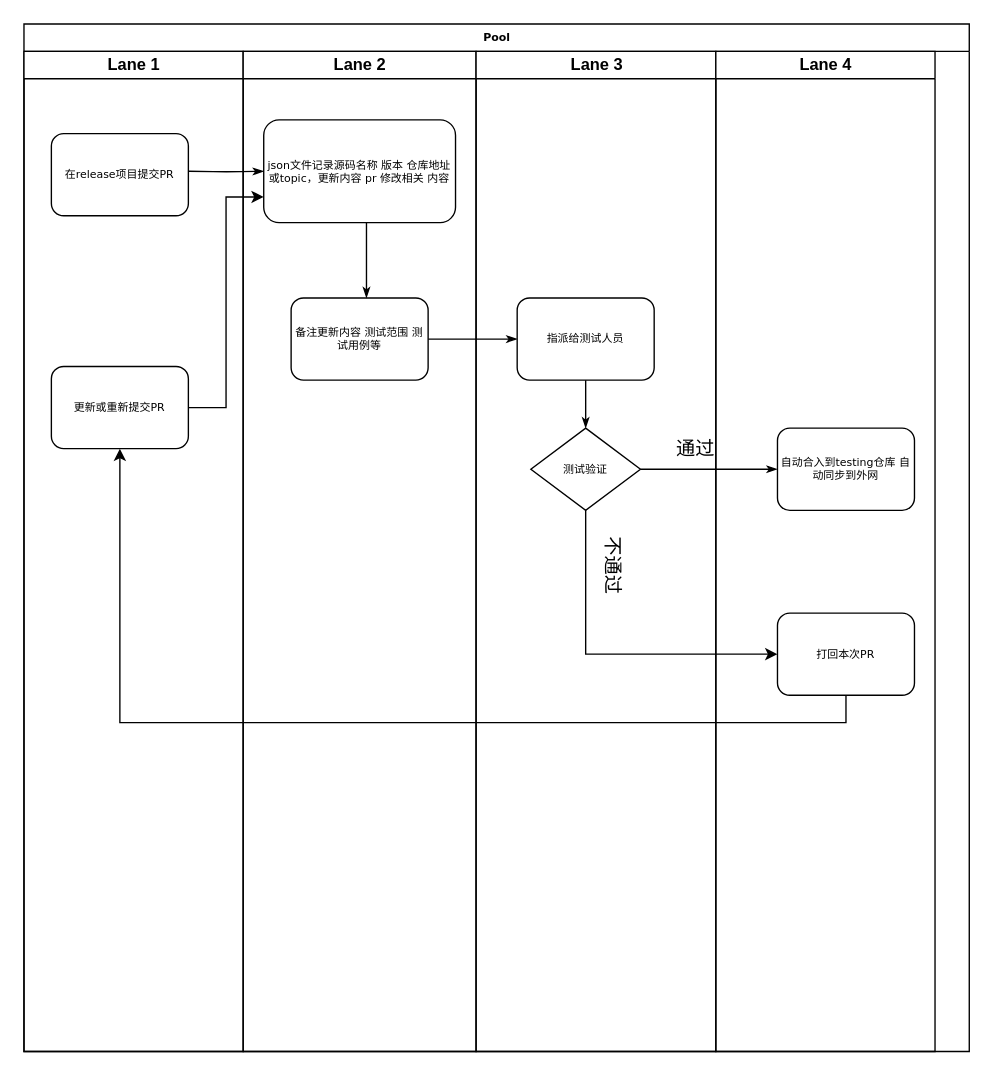
Zeno-sole/drawio-file keeps this draw.io diagram as 软件包更新流程.drawio. Above is the earlier version. Source tidied: cells renumbered, new cells numbered last; positions are measured from the earlier drawing's top-left corner, leaving out a move shared by most shapes. Both pictures are drawn from the tidied source at 137%, with x=0, y=0 at pixel (23, 23).
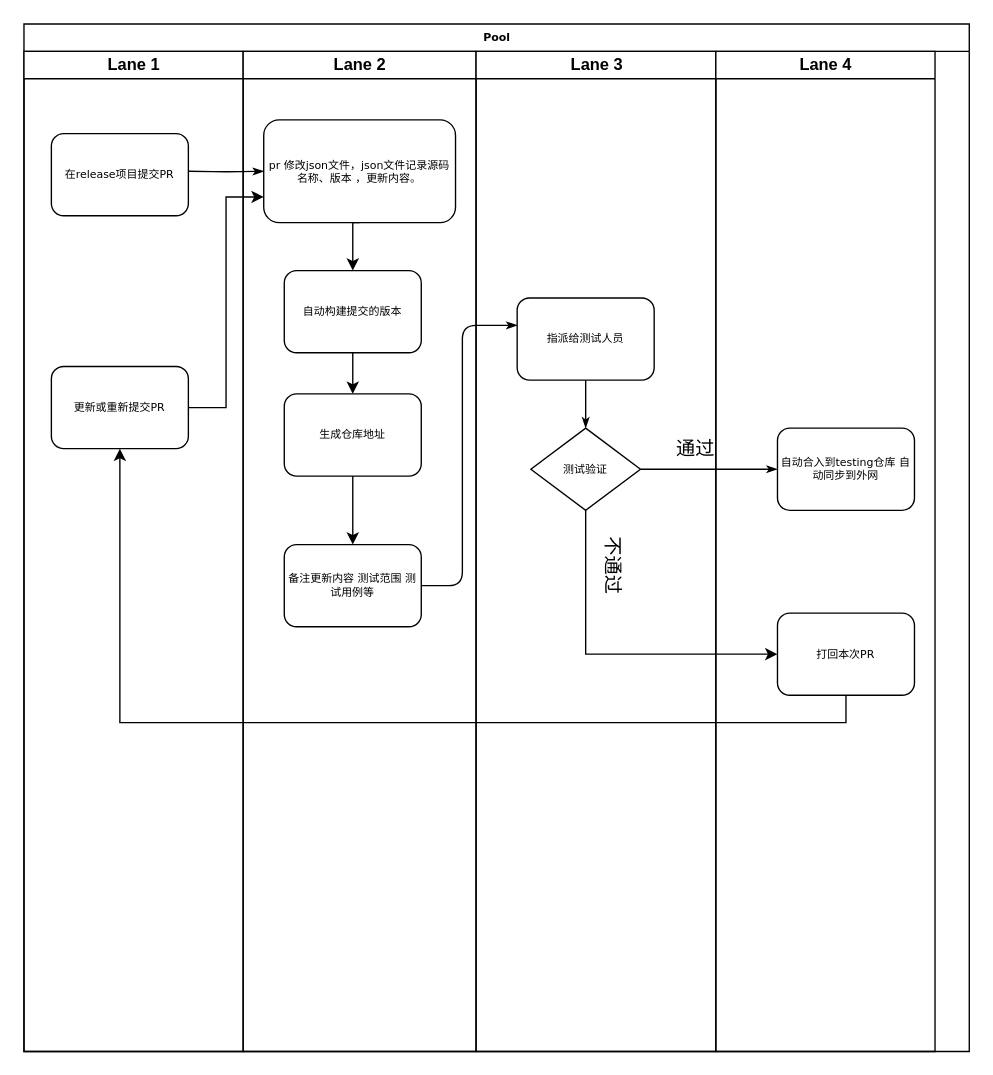
The same diagram, later.

Commit message:
更新软件包更新流程.drawio

The change refers to these unchanged cells:
```xml
<mxCell id="2" value="Pool" style="swimlane;html=1;startSize=20;rounded=0;shadow=0;labelBackgroundColor=none;strokeWidth=1;fontFamily=Verdana;fontSize=8;align=center;" parent="1" vertex="1">
  <mxGeometry width="690" height="750" as="geometry" />
</mxCell>
<mxCell id="9" value="Lane 2" style="swimlane;html=1;startSize=20;" parent="2" vertex="1">
  <mxGeometry x="160" y="20" width="170" height="730" as="geometry" />
</mxCell>
<mxCell id="14" value="指派给测试人员" style="rounded=1;whiteSpace=wrap;html=1;shadow=0;labelBackgroundColor=none;strokeWidth=1;fontFamily=Verdana;fontSize=8;align=center;" parent="13" vertex="1">
  <mxGeometry x="30" y="180" width="100" height="60" as="geometry" />
</mxCell>
```

What changed in the source:
```diff
@@
     <mxCell id="7" style="edgeStyle=orthogonalEdgeStyle;rounded=1;html=1;labelBackgroundColor=none;startArrow=none;startFill=0;startSize=5;endArrow=classicThin;endFill=1;endSize=5;jettySize=auto;strokeWidth=1;fontFamily=Verdana;fontSize=8;" parent="2" edge="1" source="11" target="14">
-      <mxGeometry relative="1" as="geometry" />
+      <mxGeometry relative="1" as="geometry">
+        <Array as="points">
+          <mxPoint x="320" y="410" />
+          <mxPoint x="320" y="220" />
+        </Array>
+      </mxGeometry>
     </mxCell>
@@
+    <mxCell id="25" style="edgeStyle=orthogonalEdgeStyle;rounded=0;jettySize=auto;html=1;exitX=0.5;exitY=1;exitDx=0;exitDy=0;entryX=0.5;entryY=0;entryDx=0;entryDy=0;" parent="9" edge="1" source="10" target="27">
+      <mxGeometry relative="1" as="geometry" />
+    </mxCell>
-    <mxCell id="10" value="json文件记录源码名称 版本 仓库地址或topic，更新内容 pr 修改相关 内容" style="rounded=1;whiteSpace=wrap;html=1;shadow=0;labelBackgroundColor=none;strokeWidth=1;fontFamily=Verdana;fontSize=8;align=center;" parent="9" vertex="1">
+    <mxCell id="10" value="pr 修改json文件，json文件记录源码名称、版本 ，更新内容。" style="rounded=1;whiteSpace=wrap;html=1;shadow=0;labelBackgroundColor=none;strokeWidth=1;fontFamily=Verdana;fontSize=8;align=center;" parent="9" vertex="1">
       <mxGeometry x="15" y="50" width="140" height="75" as="geometry" />
     </mxCell>
     <mxCell id="11" value="备注更新内容 测试范围 测试用例等" style="rounded=1;whiteSpace=wrap;html=1;shadow=0;labelBackgroundColor=none;strokeWidth=1;fontFamily=Verdana;fontSize=8;align=center;" parent="9" vertex="1">
-      <mxGeometry x="35" y="180" width="100" height="60" as="geometry" />
+      <mxGeometry x="30" y="360" width="100" height="60" as="geometry" />
     </mxCell>
-    <mxCell id="12" style="edgeStyle=orthogonalEdgeStyle;rounded=1;html=1;labelBackgroundColor=none;startArrow=none;startFill=0;startSize=5;endArrow=classicThin;endFill=1;endSize=5;jettySize=auto;strokeWidth=1;fontFamily=Verdana;fontSize=8;" parent="9" edge="1" source="10" target="11">
-      <mxGeometry relative="1" as="geometry">
-        <Array as="points">
-          <mxPoint x="90" y="140" />
-          <mxPoint x="90" y="140" />
-        </Array>
-      </mxGeometry>
-    </mxCell>
+    <mxCell id="26" style="edgeStyle=orthogonalEdgeStyle;rounded=0;jettySize=auto;html=1;exitX=0.5;exitY=1;exitDx=0;exitDy=0;entryX=0.5;entryY=0;entryDx=0;entryDy=0;" parent="9" edge="1" source="27" target="29">
+      <mxGeometry relative="1" as="geometry" />
+    </mxCell>
+    <mxCell id="27" value="自动构建提交的版本" style="rounded=1;whiteSpace=wrap;html=1;shadow=0;labelBackgroundColor=none;strokeWidth=1;fontFamily=Verdana;fontSize=8;align=center;" parent="9" vertex="1">
+      <mxGeometry x="30" y="160" width="100" height="60" as="geometry" />
+    </mxCell>
+    <mxCell id="28" style="edgeStyle=orthogonalEdgeStyle;rounded=0;jettySize=auto;html=1;exitX=0.5;exitY=1;exitDx=0;exitDy=0;entryX=0.5;entryY=0;entryDx=0;entryDy=0;" parent="9" edge="1" source="29" target="11">
+      <mxGeometry relative="1" as="geometry" />
+    </mxCell>
+    <mxCell id="29" value="生成仓库地址" style="rounded=1;whiteSpace=wrap;html=1;shadow=0;labelBackgroundColor=none;strokeWidth=1;fontFamily=Verdana;fontSize=8;align=center;" parent="9" vertex="1">
+      <mxGeometry x="30" y="250" width="100" height="60" as="geometry" />
+    </mxCell>
```
